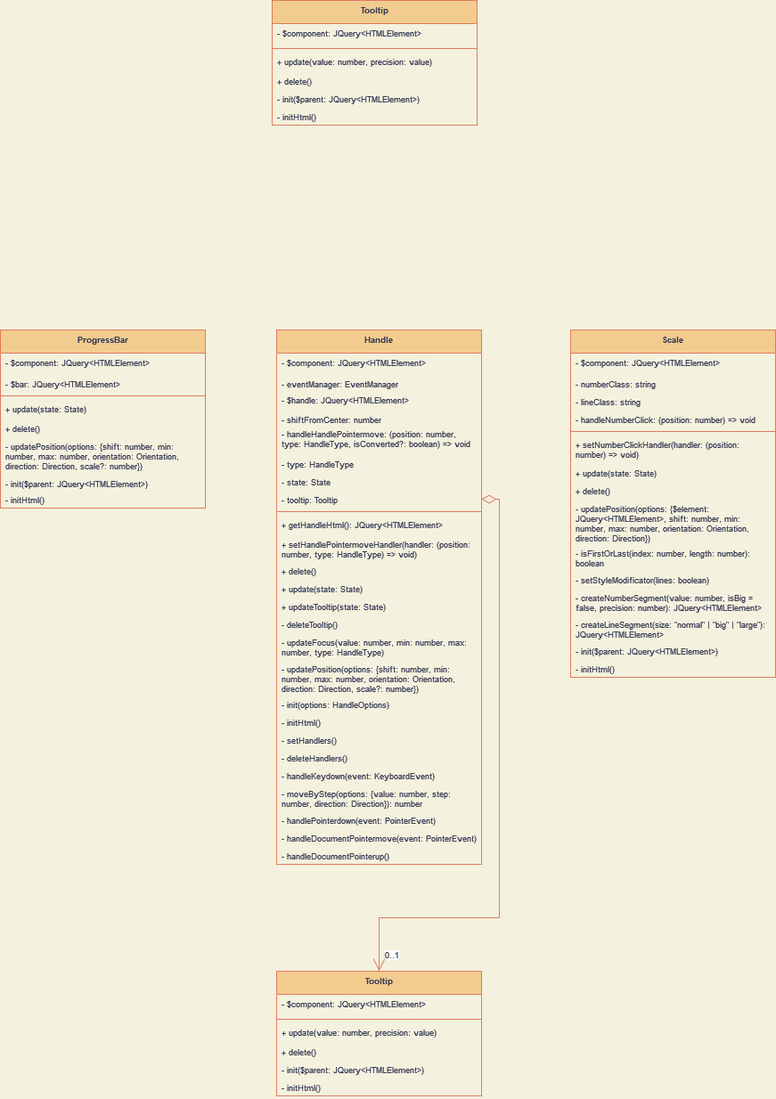
Before: uml/uml.png, a diagram exported from draw.io (Riemelt/justSlider). Source tidied: cells renumbered, new cells last; positions are measured from the earlier drawing's top-left corner, leaving out a move shared by most shapes.
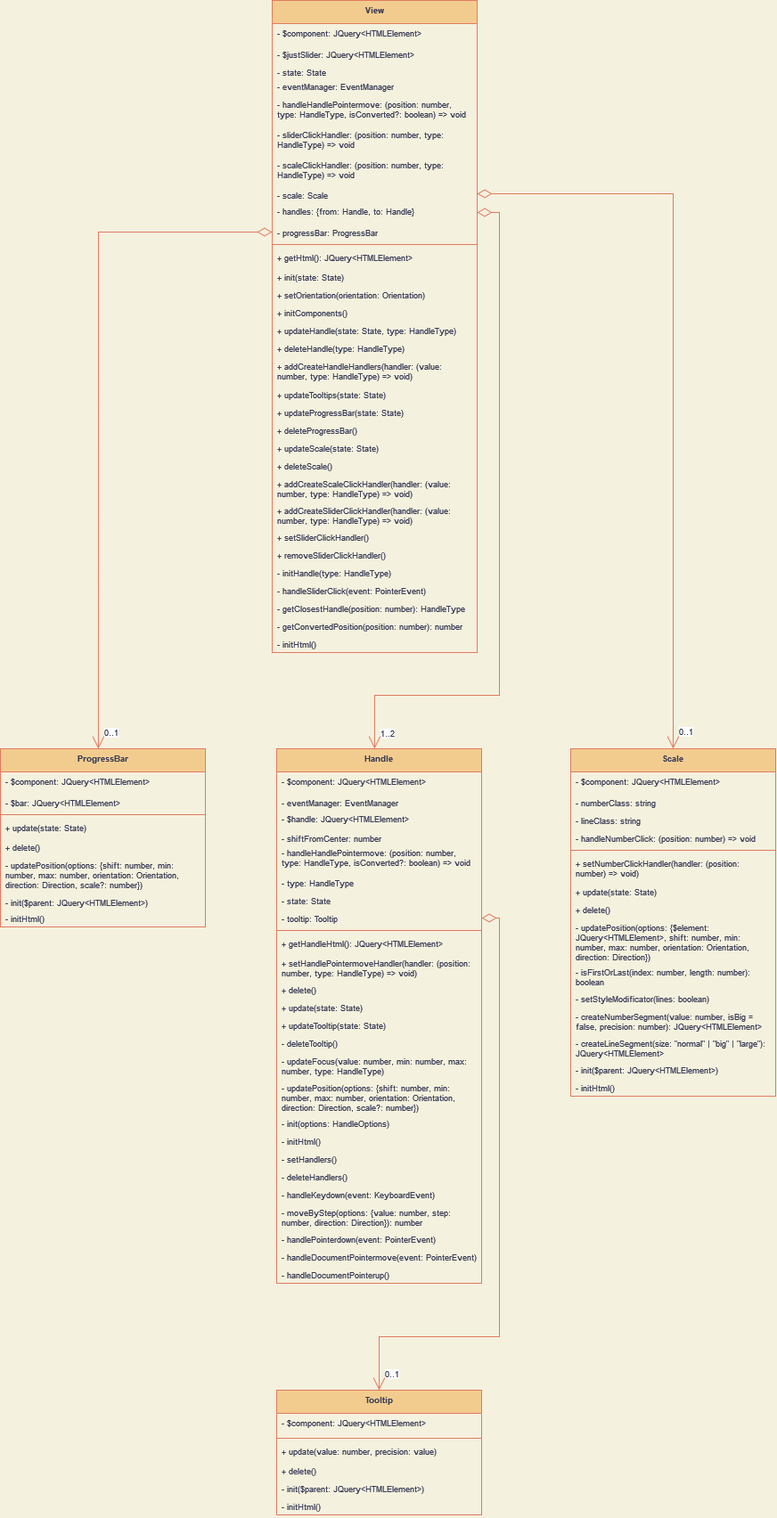
After the change.

Commit message:
UML: Add View

What changed in the source:
```diff
@@ -179,27 +179,105 @@
     <mxCell id="60" value="- handleDocumentPointerup()" style="text;strokeColor=none;fillColor=none;align=left;verticalAlign=top;spacingLeft=4;spacingRight=4;overflow=hidden;glass=0;sketch=0;fontSize=9;fontColor=#393C56;whiteSpace=wrap;" parent="34" vertex="1">
       <mxGeometry y="580" width="230" height="20" as="geometry" />
     </mxCell>
-    <mxCell id="61" value="Tooltip" style="swimlane;fontStyle=1;align=center;verticalAlign=top;horizontal=1;startSize=26;glass=0;sketch=0;fontSize=9;fillColor=#F2CC8F;strokeColor=#E07A5F;fontColor=#393C56;" parent="1" vertex="1">
-      <mxGeometry x="305" width="230" height="140" as="geometry" />
+    <mxCell id="61" value="View" style="swimlane;fontStyle=1;align=center;verticalAlign=top;horizontal=1;startSize=26;glass=0;sketch=0;fontSize=9;fillColor=#F2CC8F;strokeColor=#E07A5F;fontColor=#393C56;" parent="1" vertex="1">
+      <mxGeometry x="305" y="-470" width="230" height="732" as="geometry" />
     </mxCell>
     <mxCell id="62" value="- $component: JQuery&amp;lt;HTMLElement&amp;gt;" style="text;strokeColor=none;fillColor=none;align=left;verticalAlign=top;spacingLeft=4;spacingRight=4;overflow=hidden;glass=0;sketch=0;fontSize=9;html=1;fontColor=#393C56;" parent="61" vertex="1">
       <mxGeometry y="26" width="230" height="24" as="geometry" />
     </mxCell>
+    <mxCell id="69" value="- $justSlider: JQuery&amp;lt;HTMLElement&amp;gt;" style="text;strokeColor=none;fillColor=none;align=left;verticalAlign=top;spacingLeft=4;spacingRight=4;overflow=hidden;glass=0;sketch=0;fontSize=9;html=1;fontColor=#393C56;" parent="61" vertex="1">
+      <mxGeometry y="50" width="230" height="20" as="geometry" />
+    </mxCell>
+    <mxCell id="70" value="- state: State" style="text;strokeColor=none;fillColor=none;align=left;verticalAlign=top;spacingLeft=4;spacingRight=4;overflow=hidden;glass=0;sketch=0;fontSize=9;html=1;fontColor=#393C56;" parent="61" vertex="1">
+      <mxGeometry y="70" width="230" height="16" as="geometry" />
+    </mxCell>
+    <mxCell id="71" value="- eventManager: EventManager" style="text;strokeColor=none;fillColor=none;align=left;verticalAlign=top;spacingLeft=4;spacingRight=4;overflow=hidden;glass=0;sketch=0;fontSize=9;html=1;fontColor=#393C56;" parent="61" vertex="1">
+      <mxGeometry y="86" width="230" height="20" as="geometry" />
+    </mxCell>
+    <mxCell id="72" value="- handleHandlePointermove: (position: number, type: HandleType, isConverted?: boolean) =&amp;gt; void" style="text;strokeColor=none;fillColor=none;align=left;verticalAlign=top;spacingLeft=4;spacingRight=4;overflow=hidden;glass=0;sketch=0;fontSize=9;html=1;fontColor=#393C56;whiteSpace=wrap;" parent="61" vertex="1">
+      <mxGeometry y="106" width="230" height="34" as="geometry" />
+    </mxCell>
+    <mxCell id="73" value="- sliderClickHandler: (position: number, type: HandleType) =&amp;gt; void" style="text;strokeColor=none;fillColor=none;align=left;verticalAlign=top;spacingLeft=4;spacingRight=4;overflow=hidden;glass=0;sketch=0;fontSize=9;html=1;fontColor=#393C56;whiteSpace=wrap;" parent="61" vertex="1">
+      <mxGeometry y="140" width="230" height="34" as="geometry" />
+    </mxCell>
+    <mxCell id="74" value="- scaleClickHandler: (position: number, type: HandleType) =&amp;gt; void" style="text;strokeColor=none;fillColor=none;align=left;verticalAlign=top;spacingLeft=4;spacingRight=4;overflow=hidden;glass=0;sketch=0;fontSize=9;html=1;fontColor=#393C56;whiteSpace=wrap;" parent="61" vertex="1">
+      <mxGeometry y="174" width="230" height="34" as="geometry" />
+    </mxCell>
+    <mxCell id="75" value="- scale: Scale" style="text;strokeColor=none;fillColor=none;align=left;verticalAlign=top;spacingLeft=4;spacingRight=4;overflow=hidden;points=[[0,0.5],[1,0.5]];portConstraint=eastwest;glass=0;sketch=0;fontSize=9;html=1;fontColor=#393C56;whiteSpace=wrap;" parent="61" vertex="1">
+      <mxGeometry y="208" width="230" height="18" as="geometry" />
+    </mxCell>
+    <mxCell id="76" value="- handles: {from: Handle, to: Handle}" style="text;strokeColor=none;fillColor=none;align=left;verticalAlign=top;spacingLeft=4;spacingRight=4;overflow=hidden;points=[[0,0.5],[1,0.5]];portConstraint=eastwest;glass=0;sketch=0;fontSize=9;html=1;fontColor=#393C56;whiteSpace=wrap;" parent="61" vertex="1">
+      <mxGeometry y="226" width="230" height="24" as="geometry" />
+    </mxCell>
+    <mxCell id="77" value="- progressBar: ProgressBar" style="text;strokeColor=none;fillColor=none;align=left;verticalAlign=top;spacingLeft=4;spacingRight=4;overflow=hidden;points=[[0,0.5],[1,0.5]];portConstraint=eastwest;glass=0;sketch=0;fontSize=9;html=1;fontColor=#393C56;whiteSpace=wrap;" parent="61" vertex="1">
+      <mxGeometry y="250" width="230" height="20" as="geometry" />
+    </mxCell>
     <mxCell id="63" style="line;strokeWidth=1;fillColor=none;align=left;verticalAlign=middle;spacingTop=-1;spacingLeft=3;spacingRight=3;labelPosition=right;strokeColor=#E07A5F;glass=0;sketch=0;fontSize=9;fontColor=#393C56;labelBackgroundColor=#F4F1DE;" parent="61" vertex="1">
-      <mxGeometry y="50" width="230" height="8" as="geometry" />
+      <mxGeometry y="270" width="230" height="8" as="geometry" />
     </mxCell>
-    <mxCell id="64" value="+ update(value: number, precision: value)" style="text;strokeColor=none;fillColor=none;align=left;verticalAlign=top;spacingLeft=4;spacingRight=4;overflow=hidden;glass=0;sketch=0;fontSize=9;fontColor=#393C56;" parent="61" vertex="1">
-      <mxGeometry y="58" width="230" height="22" as="geometry" />
+    <mxCell id="64" value="+ getHtml(): JQuery&lt;HTMLElement&gt;" style="text;strokeColor=none;fillColor=none;align=left;verticalAlign=top;spacingLeft=4;spacingRight=4;overflow=hidden;glass=0;sketch=0;fontSize=9;fontColor=#393C56;" parent="61" vertex="1">
+      <mxGeometry y="278" width="230" height="22" as="geometry" />
     </mxCell>
-    <mxCell id="65" value="+ delete()" style="text;strokeColor=none;fillColor=none;align=left;verticalAlign=top;spacingLeft=4;spacingRight=4;overflow=hidden;glass=0;sketch=0;fontSize=9;fontColor=#393C56;" parent="61" vertex="1">
-      <mxGeometry y="80" width="230" height="20" as="geometry" />
+    <mxCell id="65" value="+ init(state: State)" style="text;strokeColor=none;fillColor=none;align=left;verticalAlign=top;spacingLeft=4;spacingRight=4;overflow=hidden;glass=0;sketch=0;fontSize=9;fontColor=#393C56;" parent="61" vertex="1">
+      <mxGeometry y="300" width="230" height="20" as="geometry" />
     </mxCell>
-    <mxCell id="66" value="- init($parent: JQuery&lt;HTMLElement&gt;)" style="text;strokeColor=none;fillColor=none;align=left;verticalAlign=top;spacingLeft=4;spacingRight=4;overflow=hidden;glass=0;sketch=0;fontSize=9;fontColor=#393C56;" parent="61" vertex="1">
-      <mxGeometry y="100" width="230" height="20" as="geometry" />
+    <mxCell id="66" value="+ setOrientation(orientation: Orientation)" style="text;strokeColor=none;fillColor=none;align=left;verticalAlign=top;spacingLeft=4;spacingRight=4;overflow=hidden;glass=0;sketch=0;fontSize=9;fontColor=#393C56;" parent="61" vertex="1">
+      <mxGeometry y="320" width="230" height="20" as="geometry" />
     </mxCell>
-    <mxCell id="67" value="- initHtml()" style="text;strokeColor=none;fillColor=none;align=left;verticalAlign=top;spacingLeft=4;spacingRight=4;overflow=hidden;glass=0;sketch=0;fontSize=9;fontColor=#393C56;" parent="61" vertex="1">
-      <mxGeometry y="120" width="230" height="20" as="geometry" />
+    <mxCell id="67" value="+ initComponents()" style="text;strokeColor=none;fillColor=none;align=left;verticalAlign=top;spacingLeft=4;spacingRight=4;overflow=hidden;glass=0;sketch=0;fontSize=9;fontColor=#393C56;" parent="61" vertex="1">
+      <mxGeometry y="340" width="230" height="20" as="geometry" />
     </mxCell>
+    <mxCell id="78" value="+ updateHandle(state: State, type: HandleType)" style="text;strokeColor=none;fillColor=none;align=left;verticalAlign=top;spacingLeft=4;spacingRight=4;overflow=hidden;glass=0;sketch=0;fontSize=9;fontColor=#393C56;" parent="61" vertex="1">
+      <mxGeometry y="360" width="230" height="20" as="geometry" />
+    </mxCell>
+    <mxCell id="79" value="+ deleteHandle(type: HandleType)" style="text;strokeColor=none;fillColor=none;align=left;verticalAlign=top;spacingLeft=4;spacingRight=4;overflow=hidden;glass=0;sketch=0;fontSize=9;fontColor=#393C56;" parent="61" vertex="1">
+      <mxGeometry y="380" width="230" height="20" as="geometry" />
+    </mxCell>
+    <mxCell id="80" value="+ addCreateHandleHandlers(handler: (value: number, type: HandleType) =&gt; void)" style="text;strokeColor=none;fillColor=none;align=left;verticalAlign=top;spacingLeft=4;spacingRight=4;overflow=hidden;glass=0;sketch=0;fontSize=9;fontColor=#393C56;whiteSpace=wrap;" parent="61" vertex="1">
+      <mxGeometry y="400" width="230" height="32" as="geometry" />
+    </mxCell>
+    <mxCell id="81" value="+ updateTooltips(state: State)" style="text;strokeColor=none;fillColor=none;align=left;verticalAlign=top;spacingLeft=4;spacingRight=4;overflow=hidden;glass=0;sketch=0;fontSize=9;fontColor=#393C56;whiteSpace=wrap;" parent="61" vertex="1">
+      <mxGeometry y="432" width="230" height="20" as="geometry" />
+    </mxCell>
+    <mxCell id="82" value="+ updateProgressBar(state: State)" style="text;strokeColor=none;fillColor=none;align=left;verticalAlign=top;spacingLeft=4;spacingRight=4;overflow=hidden;glass=0;sketch=0;fontSize=9;fontColor=#393C56;whiteSpace=wrap;" parent="61" vertex="1">
+      <mxGeometry y="452" width="230" height="20" as="geometry" />
+    </mxCell>
+    <mxCell id="83" value="+ deleteProgressBar()" style="text;strokeColor=none;fillColor=none;align=left;verticalAlign=top;spacingLeft=4;spacingRight=4;overflow=hidden;glass=0;sketch=0;fontSize=9;fontColor=#393C56;whiteSpace=wrap;" parent="61" vertex="1">
+      <mxGeometry y="472" width="230" height="20" as="geometry" />
+    </mxCell>
+    <mxCell id="84" value="+ updateScale(state: State)" style="text;strokeColor=none;fillColor=none;align=left;verticalAlign=top;spacingLeft=4;spacingRight=4;overflow=hidden;glass=0;sketch=0;fontSize=9;fontColor=#393C56;whiteSpace=wrap;" parent="61" vertex="1">
+      <mxGeometry y="492" width="230" height="20" as="geometry" />
+    </mxCell>
+    <mxCell id="85" value="+ deleteScale()" style="text;strokeColor=none;fillColor=none;align=left;verticalAlign=top;spacingLeft=4;spacingRight=4;overflow=hidden;glass=0;sketch=0;fontSize=9;fontColor=#393C56;whiteSpace=wrap;" parent="61" vertex="1">
+      <mxGeometry y="512" width="230" height="20" as="geometry" />
+    </mxCell>
+    <mxCell id="86" value="+ addCreateScaleClickHandler(handler: (value: number, type: HandleType) =&gt; void)" style="text;strokeColor=none;fillColor=none;align=left;verticalAlign=top;spacingLeft=4;spacingRight=4;overflow=hidden;glass=0;sketch=0;fontSize=9;fontColor=#393C56;whiteSpace=wrap;" parent="61" vertex="1">
+      <mxGeometry y="532" width="230" height="30" as="geometry" />
+    </mxCell>
+    <mxCell id="87" value="+ addCreateSliderClickHandler(handler: (value: number, type: HandleType) =&gt; void)" style="text;strokeColor=none;fillColor=none;align=left;verticalAlign=top;spacingLeft=4;spacingRight=4;overflow=hidden;glass=0;sketch=0;fontSize=9;fontColor=#393C56;whiteSpace=wrap;" parent="61" vertex="1">
+      <mxGeometry y="562" width="230" height="30" as="geometry" />
+    </mxCell>
+    <mxCell id="88" value="+ setSliderClickHandler()" style="text;strokeColor=none;fillColor=none;align=left;verticalAlign=top;spacingLeft=4;spacingRight=4;overflow=hidden;glass=0;sketch=0;fontSize=9;fontColor=#393C56;whiteSpace=wrap;" parent="61" vertex="1">
+      <mxGeometry y="592" width="230" height="20" as="geometry" />
+    </mxCell>
+    <mxCell id="89" value="+ removeSliderClickHandler()" style="text;strokeColor=none;fillColor=none;align=left;verticalAlign=top;spacingLeft=4;spacingRight=4;overflow=hidden;glass=0;sketch=0;fontSize=9;fontColor=#393C56;whiteSpace=wrap;" parent="61" vertex="1">
+      <mxGeometry y="612" width="230" height="20" as="geometry" />
+    </mxCell>
+    <mxCell id="90" value="- initHandle(type: HandleType)" style="text;strokeColor=none;fillColor=none;align=left;verticalAlign=top;spacingLeft=4;spacingRight=4;overflow=hidden;glass=0;sketch=0;fontSize=9;fontColor=#393C56;whiteSpace=wrap;" parent="61" vertex="1">
+      <mxGeometry y="632" width="230" height="20" as="geometry" />
+    </mxCell>
+    <mxCell id="91" value="- handleSliderClick(event: PointerEvent)" style="text;strokeColor=none;fillColor=none;align=left;verticalAlign=top;spacingLeft=4;spacingRight=4;overflow=hidden;glass=0;sketch=0;fontSize=9;fontColor=#393C56;whiteSpace=wrap;" parent="61" vertex="1">
+      <mxGeometry y="652" width="230" height="20" as="geometry" />
+    </mxCell>
+    <mxCell id="92" value="- getClosestHandle(position: number): HandleType" style="text;strokeColor=none;fillColor=none;align=left;verticalAlign=top;spacingLeft=4;spacingRight=4;overflow=hidden;glass=0;sketch=0;fontSize=9;fontColor=#393C56;whiteSpace=wrap;" parent="61" vertex="1">
+      <mxGeometry y="672" width="230" height="20" as="geometry" />
+    </mxCell>
+    <mxCell id="93" value="- getConvertedPosition(position: number): number" style="text;strokeColor=none;fillColor=none;align=left;verticalAlign=top;spacingLeft=4;spacingRight=4;overflow=hidden;glass=0;sketch=0;fontSize=9;fontColor=#393C56;whiteSpace=wrap;" parent="61" vertex="1">
+      <mxGeometry y="692" width="230" height="20" as="geometry" />
+    </mxCell>
+    <mxCell id="94" value="- initHtml()" style="text;strokeColor=none;fillColor=none;align=left;verticalAlign=top;spacingLeft=4;spacingRight=4;overflow=hidden;glass=0;sketch=0;fontSize=9;fontColor=#393C56;whiteSpace=wrap;" parent="61" vertex="1">
+      <mxGeometry y="712" width="230" height="20" as="geometry" />
+    </mxCell>
     <mxCell id="68" value="0..1" style="endArrow=open;html=1;endSize=12;startArrow=diamondThin;startSize=14;startFill=0;edgeStyle=orthogonalEdgeStyle;align=left;verticalAlign=bottom;rounded=0;strokeColor=#E07A5F;fontSize=9;fontColor=#393C56;fillColor=#F2CC8F;entryX=0.5;entryY=0;entryDx=0;entryDy=0;exitX=1;exitY=0.5;exitDx=0;exitDy=0;" parent="1" edge="1" source="42" target="2">
       <mxGeometry x="0.97" y="5" relative="1" as="geometry">
         <Array as="points">
@@ -209,5 +287,20 @@
         </Array>
       </mxGeometry>
     </mxCell>
+    <mxCell id="95" value="0..1" style="endArrow=open;html=1;endSize=12;startArrow=diamondThin;startSize=14;startFill=0;edgeStyle=orthogonalEdgeStyle;align=left;verticalAlign=bottom;rounded=0;strokeColor=#E07A5F;fontSize=9;fontColor=#393C56;fillColor=#F2CC8F;entryX=0.5;entryY=0;entryDx=0;entryDy=0;exitX=1;exitY=0.5;exitDx=0;exitDy=0;" parent="1" edge="1" source="75" target="18">
+      <mxGeometry x="0.97" y="5" relative="1" as="geometry" />
+    </mxCell>
+    <mxCell id="96" value="1..2" style="endArrow=open;html=1;endSize=12;startArrow=diamondThin;startSize=14;startFill=0;edgeStyle=orthogonalEdgeStyle;align=left;verticalAlign=bottom;rounded=0;strokeColor=#E07A5F;fontSize=9;fontColor=#393C56;fillColor=#F2CC8F;entryX=0.478;entryY=0;entryDx=0;entryDy=0;entryPerimeter=0;exitX=1;exitY=0.5;exitDx=0;exitDy=0;" parent="1" edge="1" source="76" target="34">
+      <mxGeometry x="0.97" y="5" relative="1" as="geometry">
+        <Array as="points">
+          <mxPoint x="560" y="-232" />
+          <mxPoint x="560" y="310" />
+          <mxPoint x="420" y="310" />
+        </Array>
+      </mxGeometry>
+    </mxCell>
+    <mxCell id="97" value="0..1" style="endArrow=open;html=1;endSize=12;startArrow=diamondThin;startSize=14;startFill=0;edgeStyle=orthogonalEdgeStyle;align=left;verticalAlign=bottom;rounded=0;strokeColor=#E07A5F;fontSize=9;fontColor=#393C56;fillColor=#F2CC8F;exitX=0;exitY=0.5;exitDx=0;exitDy=0;entryX=0.478;entryY=0;entryDx=0;entryDy=0;entryPerimeter=0;" parent="1" edge="1" source="77" target="9">
+      <mxGeometry x="0.97" y="5" relative="1" as="geometry" />
+    </mxCell>
   </root>
 </mxGraphModel>
```
